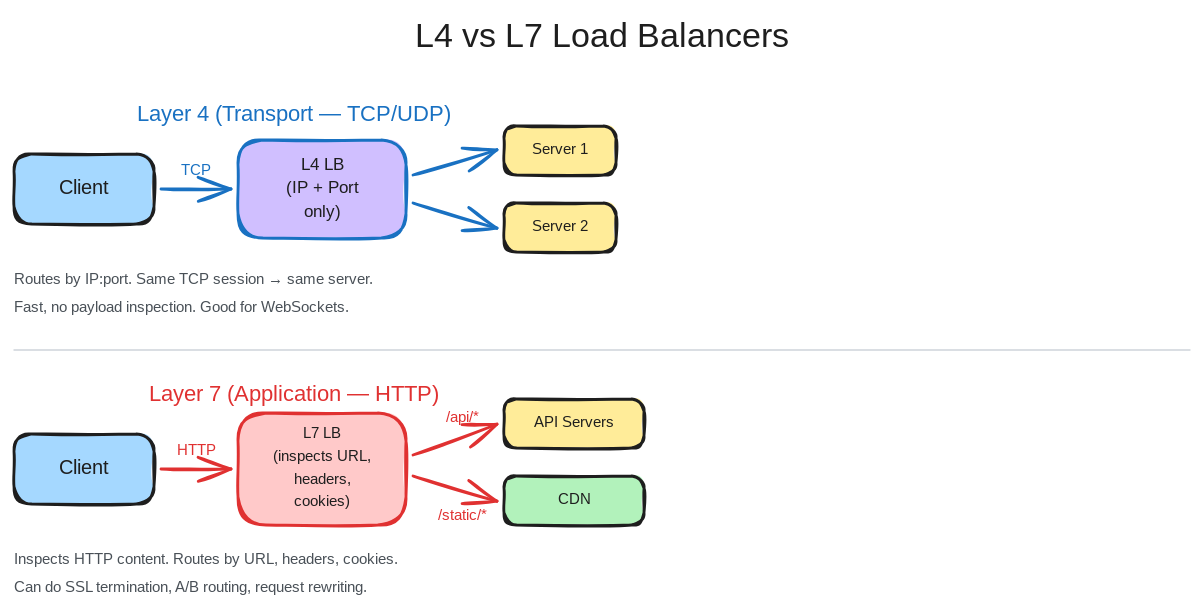
The Excalidraw diagram system-design/attachments/l4-vs-l7-load-balancer.excalidraw.svg in PardhuMadipalli/coding-practice, before a commit. Source tidied: one line per element, renumbered; positions are measured from the earlier drawing's top-left corner, leaving out a move shared by most shapes.
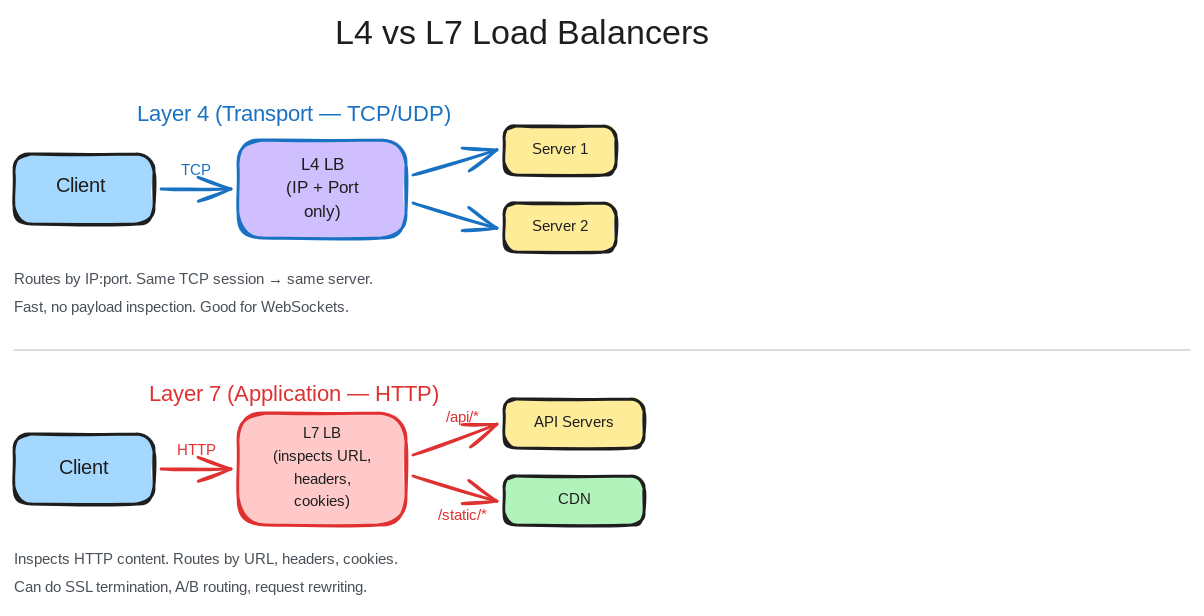
The same diagram one commit later.

The edit, as a diff of the source:
```diff
@@ -1,7 +1,7 @@
-{"id": 0, "type": "text", "text": "L4 vs L7 Load Balancers", "strokeColor": "#1e1e1e", "strokeWidth": 2, "roughness": 1, "fontSize": 24, "fontFamily": 1, "textAlign": "center", "x": 220, "y": 0, "width": 400, "height": 35}
+{"id": 0, "type": "text", "text": "L4 vs L7 Load Balancers", "strokeColor": "#1e1e1e", "strokeWidth": 2, "roughness": 1, "fontSize": 24, "fontFamily": 5, "textAlign": "center", "x": 220, "y": 0, "width": 285, "height": 30}
 {"id": 1, "type": "text", "text": "Layer 4 (Transport — TCP/UDP)", "strokeColor": "#1971c2", "strokeWidth": 2, "roughness": 1, "fontSize": 16, "fontFamily": 1, "textAlign": "center", "x": 50, "y": 60, "width": 300, "height": 25}
 {"id": 2, "type": "rectangle", "strokeColor": "#1e1e1e", "backgroundColor": "#a5d8ff", "fillStyle": "solid", "strokeWidth": 2, "roughness": 1, "round": true, "x": 0, "y": 100, "width": 100, "height": 50}
-{"id": 3, "type": "text", "text": "Client", "strokeColor": "#1e1e1e", "strokeWidth": 2, "roughness": 1, "fontSize": 14, "fontFamily": 1, "textAlign": "center", "x": 25, "y": 115, "width": 50, "height": 20}
+{"id": 3, "type": "text", "text": "Client", "strokeColor": "#1e1e1e", "strokeWidth": 2, "roughness": 1, "fontSize": 14, "fontFamily": 8, "textAlign": "center", "x": 25, "y": 115, "width": 46, "height": 18}
 {"id": 4, "type": "rectangle", "strokeColor": "#1971c2", "backgroundColor": "#d0bfff", "fillStyle": "solid", "strokeWidth": 2, "roughness": 1, "round": true, "x": 160, "y": 90, "width": 120, "height": 70}
 {"id": 5, "type": "text", "text": "L4 LB\n(IP + Port\nonly)", "strokeColor": "#1e1e1e", "strokeWidth": 2, "roughness": 1, "fontSize": 12, "fontFamily": 1, "textAlign": "center", "x": 180, "y": 100, "width": 80, "height": 50}
 {"id": 6, "type": "arrow", "strokeColor": "#1971c2", "strokeWidth": 2, "roughness": 1, "endArrowhead": "arrow", "x": 105, "y": 125, "width": 50, "height": 0, "points": [[0, 0], [50, 0]]}
```
